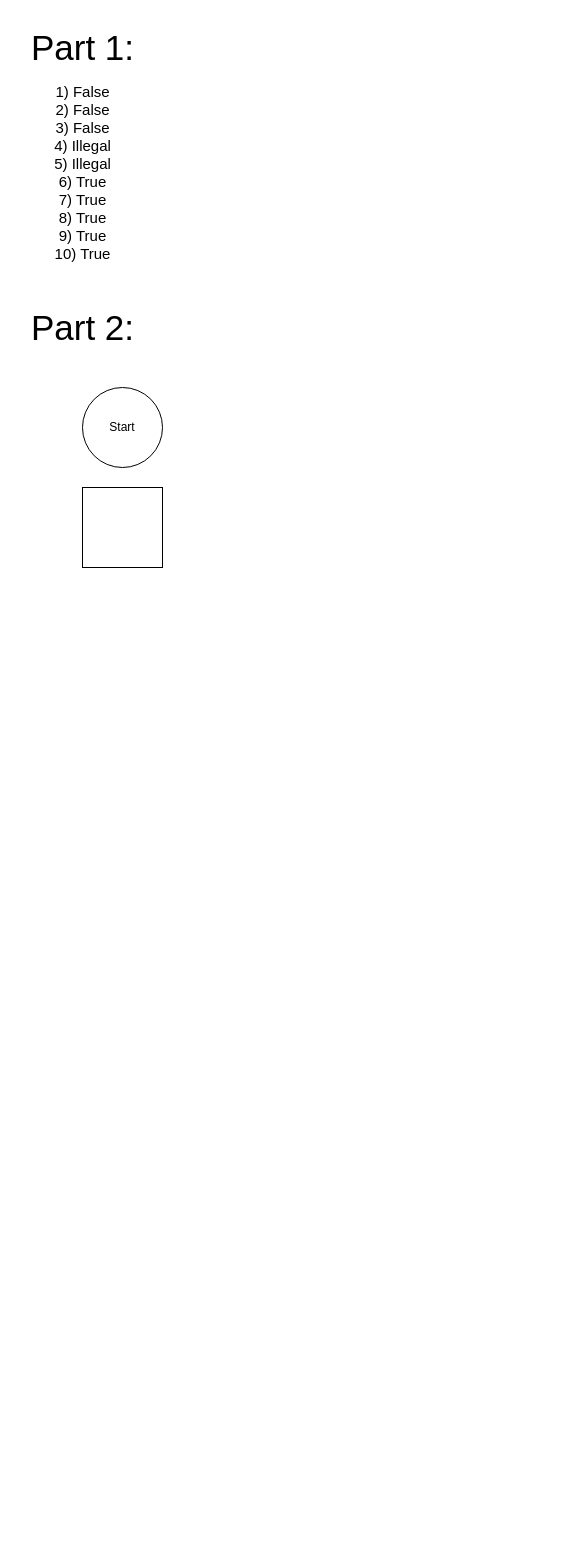
The draw.io diagram Maglione - LP3-Assignment 1.drawio in magchrista/magchrista, before the edit. Source tidied: cells renumbered, new cells numbered last; positions are measured from the earlier drawing's top-left corner, leaving out a move shared by most shapes. Both pictures are drawn from the tidied source at 100%, with x=0, y=0 at pixel (17, 17).
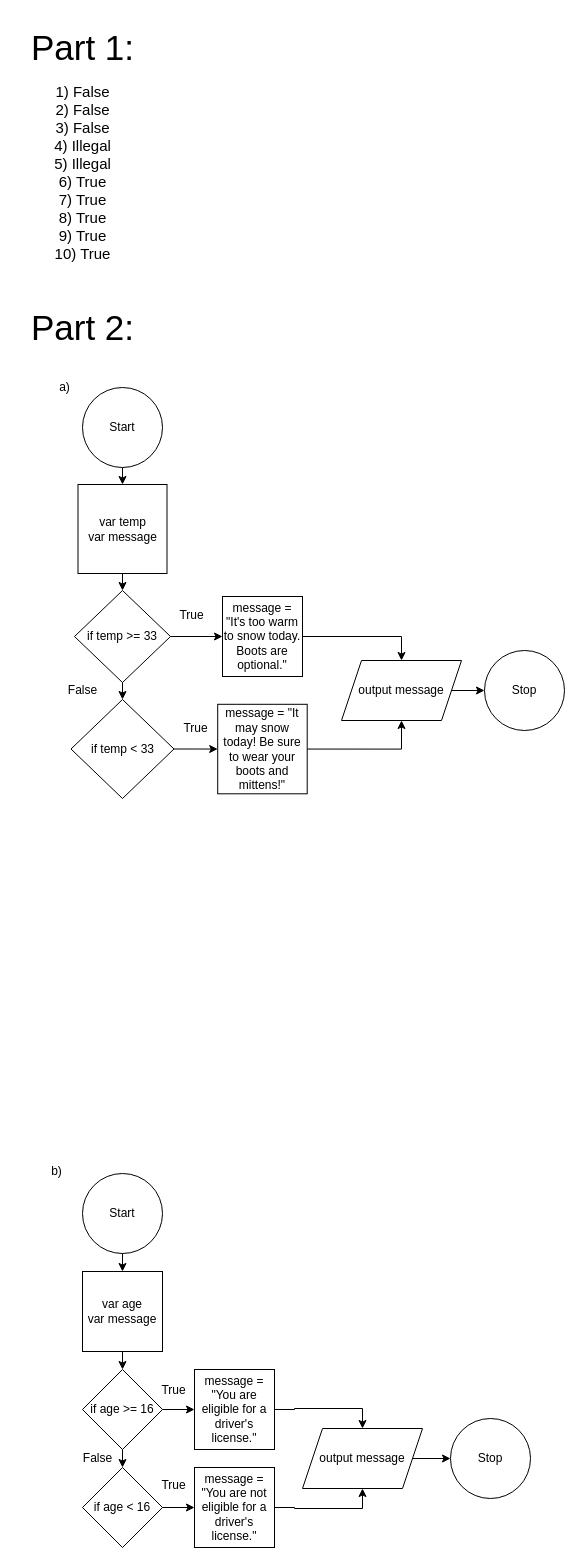
After the change.

Unchanged cells that the change refers to:
```xml
<mxCell id="5" value="Start" style="ellipse;whiteSpace=wrap;html=1;fillColor=none;" parent="1" vertex="1">
  <mxGeometry x="65" y="370" width="80" height="80" as="geometry" />
</mxCell>
```

What changed in the source:
```diff
@@
+    <mxCell id="7" style="edgeStyle=orthogonalEdgeStyle;rounded=0;jettySize=auto;html=1;exitX=0.5;exitY=1;exitDx=0;exitDy=0;entryX=0.5;entryY=0;entryDx=0;entryDy=0;" parent="1" edge="1" source="5" target="6">
+      <mxGeometry relative="1" as="geometry" />
+    </mxCell>
@@
+    <mxCell id="8" style="edgeStyle=orthogonalEdgeStyle;rounded=0;jettySize=auto;html=1;exitX=0.5;exitY=1;exitDx=0;exitDy=0;entryX=0.5;entryY=0;entryDx=0;entryDy=0;" parent="1" edge="1" source="6" target="11">
+      <mxGeometry relative="1" as="geometry" />
+    </mxCell>
-    <mxCell id="6" style="whiteSpace=wrap;html=1;fillColor=none;labelBackgroundColor=#a19b9b;" parent="1" vertex="1">
-      <mxGeometry x="65" y="470" width="80" height="80" as="geometry" />
+    <mxCell id="6" value="var temp&lt;div&gt;var message&lt;/div&gt;" style="whiteSpace=wrap;html=1;fillColor=none;labelBackgroundColor=none;" parent="1" vertex="1">
+      <mxGeometry x="60.5" y="467" width="89" height="89" as="geometry" />
     </mxCell>
+    <mxCell id="9" style="edgeStyle=orthogonalEdgeStyle;rounded=0;jettySize=auto;html=1;exitX=0.5;exitY=1;exitDx=0;exitDy=0;entryX=0.5;entryY=0;entryDx=0;entryDy=0;" parent="1" edge="1" source="11" target="13">
+      <mxGeometry relative="1" as="geometry" />
+    </mxCell>
+    <mxCell id="10" style="edgeStyle=orthogonalEdgeStyle;rounded=0;jettySize=auto;html=1;exitX=1;exitY=0.5;exitDx=0;exitDy=0;entryX=0;entryY=0.5;entryDx=0;entryDy=0;" parent="1" edge="1" source="11" target="15">
+      <mxGeometry relative="1" as="geometry" />
+    </mxCell>
+    <mxCell id="11" value="if temp &amp;gt;= 33" style="rhombus;whiteSpace=wrap;html=1;fillColor=none;" parent="1" vertex="1">
+      <mxGeometry x="57" y="573" width="96" height="92" as="geometry" />
+    </mxCell>
+    <mxCell id="12" style="edgeStyle=orthogonalEdgeStyle;rounded=0;jettySize=auto;html=1;exitX=1;exitY=0.5;exitDx=0;exitDy=0;entryX=0;entryY=0.5;entryDx=0;entryDy=0;" parent="1" edge="1" source="13" target="17">
+      <mxGeometry relative="1" as="geometry" />
+    </mxCell>
+    <mxCell id="13" value="if temp &amp;lt; 33" style="rhombus;whiteSpace=wrap;html=1;fillColor=none;" parent="1" vertex="1">
+      <mxGeometry x="53.5" y="682" width="103" height="99" as="geometry" />
+    </mxCell>
+    <mxCell id="14" style="edgeStyle=orthogonalEdgeStyle;rounded=0;jettySize=auto;html=1;exitX=1;exitY=0.5;exitDx=0;exitDy=0;entryX=0.5;entryY=0;entryDx=0;entryDy=0;" parent="1" edge="1" source="15" target="19">
+      <mxGeometry relative="1" as="geometry" />
+    </mxCell>
+    <mxCell id="15" value="message = &quot;It's too warm to snow today. Boots are optional.&quot;" style="whiteSpace=wrap;html=1;fillColor=none;" parent="1" vertex="1">
+      <mxGeometry x="205" y="579" width="80" height="80" as="geometry" />
+    </mxCell>
+    <mxCell id="16" style="edgeStyle=orthogonalEdgeStyle;rounded=0;jettySize=auto;html=1;exitX=1;exitY=0.5;exitDx=0;exitDy=0;entryX=0.5;entryY=1;entryDx=0;entryDy=0;" parent="1" edge="1" source="17" target="19">
+      <mxGeometry relative="1" as="geometry" />
+    </mxCell>
+    <mxCell id="17" value="message = &quot;It may snow today! Be sure to wear your boots and mittens!&quot;" style="whiteSpace=wrap;html=1;fillColor=none;" parent="1" vertex="1">
+      <mxGeometry x="200.2" y="686.8" width="89.5" height="89.5" as="geometry" />
+    </mxCell>
+    <mxCell id="18" style="edgeStyle=orthogonalEdgeStyle;rounded=0;jettySize=auto;html=1;exitX=1;exitY=0.5;exitDx=0;exitDy=0;entryX=0;entryY=0.5;entryDx=0;entryDy=0;" parent="1" edge="1" source="19" target="20">
+      <mxGeometry relative="1" as="geometry" />
+    </mxCell>
+    <mxCell id="19" value="output message" style="shape=parallelogram;perimeter=parallelogramPerimeter;whiteSpace=wrap;html=1;fixedSize=1;fillColor=none;" parent="1" vertex="1">
+      <mxGeometry x="324" y="643" width="120" height="60" as="geometry" />
+    </mxCell>
+    <mxCell id="20" value="Stop" style="ellipse;whiteSpace=wrap;html=1;fillColor=none;" parent="1" vertex="1">
+      <mxGeometry x="467" y="633" width="80" height="80" as="geometry" />
+    </mxCell>
+    <mxCell id="21" value="False" style="text;html=1;align=center;verticalAlign=middle;strokeColor=none;fillColor=none;" parent="1" vertex="1">
+      <mxGeometry x="41.5" y="660" width="47" height="26" as="geometry" />
+    </mxCell>
+    <mxCell id="22" value="True" style="text;html=1;align=center;verticalAlign=middle;strokeColor=none;fillColor=none;" parent="1" vertex="1">
+      <mxGeometry x="153" y="585" width="42" height="26" as="geometry" />
+    </mxCell>
+    <mxCell id="23" value="True" style="text;html=1;align=center;verticalAlign=middle;strokeColor=none;fillColor=none;" parent="1" vertex="1">
+      <mxGeometry x="156.5" y="698" width="42" height="26" as="geometry" />
+    </mxCell>
+    <mxCell id="24" value="a)" style="text;html=1;align=center;verticalAlign=middle;strokeColor=none;fillColor=none;" parent="1" vertex="1">
+      <mxGeometry x="32" y="357" width="29" height="26" as="geometry" />
+    </mxCell>
+    <mxCell id="25" style="edgeStyle=orthogonalEdgeStyle;rounded=0;jettySize=auto;html=1;exitX=0.5;exitY=1;exitDx=0;exitDy=0;entryX=0.5;entryY=0;entryDx=0;entryDy=0;" parent="1" edge="1" source="26" target="29">
+      <mxGeometry relative="1" as="geometry" />
+    </mxCell>
+    <mxCell id="26" value="Start" style="ellipse;whiteSpace=wrap;html=1;fillColor=none;" parent="1" vertex="1">
+      <mxGeometry x="65" y="1156" width="80" height="80" as="geometry" />
+    </mxCell>
+    <mxCell id="27" value="b)" style="text;html=1;align=center;verticalAlign=middle;strokeColor=none;fillColor=none;" parent="1" vertex="1">
+      <mxGeometry x="24" y="1141" width="29" height="26" as="geometry" />
+    </mxCell>
+    <mxCell id="28" style="edgeStyle=orthogonalEdgeStyle;rounded=0;jettySize=auto;html=1;exitX=0.5;exitY=1;exitDx=0;exitDy=0;entryX=0.5;entryY=0;entryDx=0;entryDy=0;" parent="1" edge="1" source="29" target="32">
+      <mxGeometry relative="1" as="geometry" />
+    </mxCell>
+    <mxCell id="29" value="var age&lt;div&gt;var message&lt;/div&gt;" style="whiteSpace=wrap;html=1;fillColor=none;" parent="1" vertex="1">
+      <mxGeometry x="65" y="1254" width="80" height="80" as="geometry" />
+    </mxCell>
+    <mxCell id="30" style="edgeStyle=orthogonalEdgeStyle;rounded=0;jettySize=auto;html=1;exitX=0.5;exitY=1;exitDx=0;exitDy=0;entryX=0.5;entryY=0;entryDx=0;entryDy=0;" parent="1" edge="1" source="32" target="34">
+      <mxGeometry relative="1" as="geometry" />
+    </mxCell>
+    <mxCell id="31" style="edgeStyle=orthogonalEdgeStyle;rounded=0;jettySize=auto;html=1;exitX=1;exitY=0.5;exitDx=0;exitDy=0;" parent="1" edge="1" source="32" target="36">
+      <mxGeometry relative="1" as="geometry" />
+    </mxCell>
+    <mxCell id="32" value="if age &amp;gt;= 16" style="rhombus;whiteSpace=wrap;html=1;fillColor=none;" parent="1" vertex="1">
+      <mxGeometry x="65" y="1352" width="80" height="80" as="geometry" />
+    </mxCell>
+    <mxCell id="33" style="edgeStyle=orthogonalEdgeStyle;rounded=0;jettySize=auto;html=1;exitX=1;exitY=0.5;exitDx=0;exitDy=0;" parent="1" edge="1" source="34" target="38">
+      <mxGeometry relative="1" as="geometry" />
+    </mxCell>
+    <mxCell id="34" value="if age &amp;lt; 16" style="rhombus;whiteSpace=wrap;html=1;fillColor=none;" parent="1" vertex="1">
+      <mxGeometry x="65" y="1450" width="80" height="80" as="geometry" />
+    </mxCell>
+    <mxCell id="35" style="edgeStyle=orthogonalEdgeStyle;rounded=0;jettySize=auto;html=1;exitX=1;exitY=0.5;exitDx=0;exitDy=0;entryX=0.5;entryY=0;entryDx=0;entryDy=0;" parent="1" edge="1" source="36" target="40">
+      <mxGeometry relative="1" as="geometry" />
+    </mxCell>
+    <mxCell id="36" value="message = &quot;You are eligible for a driver's license.&quot;" style="whiteSpace=wrap;html=1;fillColor=none;" parent="1" vertex="1">
+      <mxGeometry x="177" y="1352" width="80" height="80" as="geometry" />
+    </mxCell>
+    <mxCell id="37" style="edgeStyle=orthogonalEdgeStyle;rounded=0;jettySize=auto;html=1;exitX=1;exitY=0.5;exitDx=0;exitDy=0;entryX=0.5;entryY=1;entryDx=0;entryDy=0;" parent="1" edge="1" source="38" target="40">
+      <mxGeometry relative="1" as="geometry" />
+    </mxCell>
+    <mxCell id="38" value="message = &quot;You are not eligible for a driver's license.&quot;" style="whiteSpace=wrap;html=1;fillColor=none;" parent="1" vertex="1">
+      <mxGeometry x="177" y="1450" width="80" height="80" as="geometry" />
+    </mxCell>
+    <mxCell id="39" style="edgeStyle=orthogonalEdgeStyle;rounded=0;jettySize=auto;html=1;exitX=1;exitY=0.5;exitDx=0;exitDy=0;" parent="1" edge="1" source="40" target="41">
+      <mxGeometry relative="1" as="geometry" />
+    </mxCell>
+    <mxCell id="40" value="output message" style="shape=parallelogram;perimeter=parallelogramPerimeter;whiteSpace=wrap;html=1;fixedSize=1;fillColor=none;" parent="1" vertex="1">
+      <mxGeometry x="285" y="1411" width="120" height="60" as="geometry" />
+    </mxCell>
+    <mxCell id="41" value="Stop" style="ellipse;whiteSpace=wrap;html=1;fillColor=none;" parent="1" vertex="1">
+      <mxGeometry x="433" y="1401" width="80" height="80" as="geometry" />
+    </mxCell>
+    <mxCell id="42" value="True" style="text;html=1;align=center;verticalAlign=middle;strokeColor=none;fillColor=none;" parent="1" vertex="1">
+      <mxGeometry x="135" y="1360" width="42" height="26" as="geometry" />
+    </mxCell>
+    <mxCell id="43" value="True" style="text;html=1;align=center;verticalAlign=middle;strokeColor=none;fillColor=none;" parent="1" vertex="1">
+      <mxGeometry x="135" y="1455" width="42" height="26" as="geometry" />
+    </mxCell>
+    <mxCell id="44" value="False" style="text;html=1;align=center;verticalAlign=middle;strokeColor=none;fillColor=none;" parent="1" vertex="1">
+      <mxGeometry x="56" y="1428" width="47" height="26" as="geometry" />
+    </mxCell>
```
